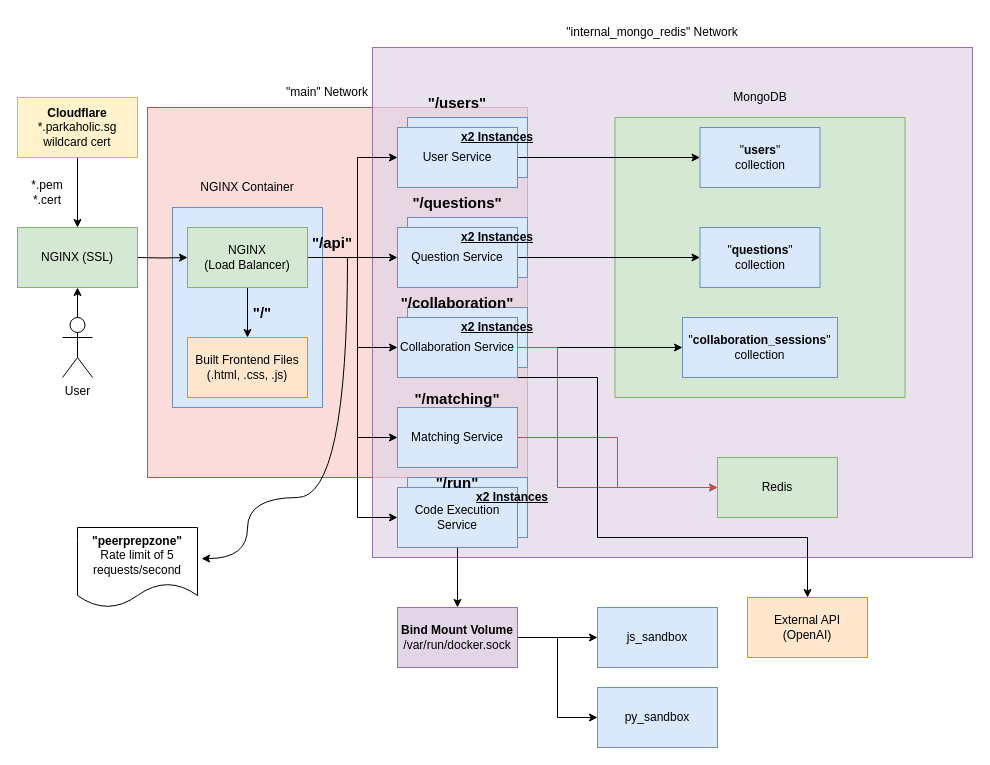
Earlier version of the draw.io diagram docs/Deployment Diagram.drawio (Vatinius/cs3219-ay2526s1-project-g05). Source tidied: cells renumbered, new cells numbered last; positions are measured from the earlier drawing's top-left corner, leaving out a move shared by most shapes. Both pictures are drawn from the tidied source at 100%, with x=0, y=0 at pixel (17, 17).
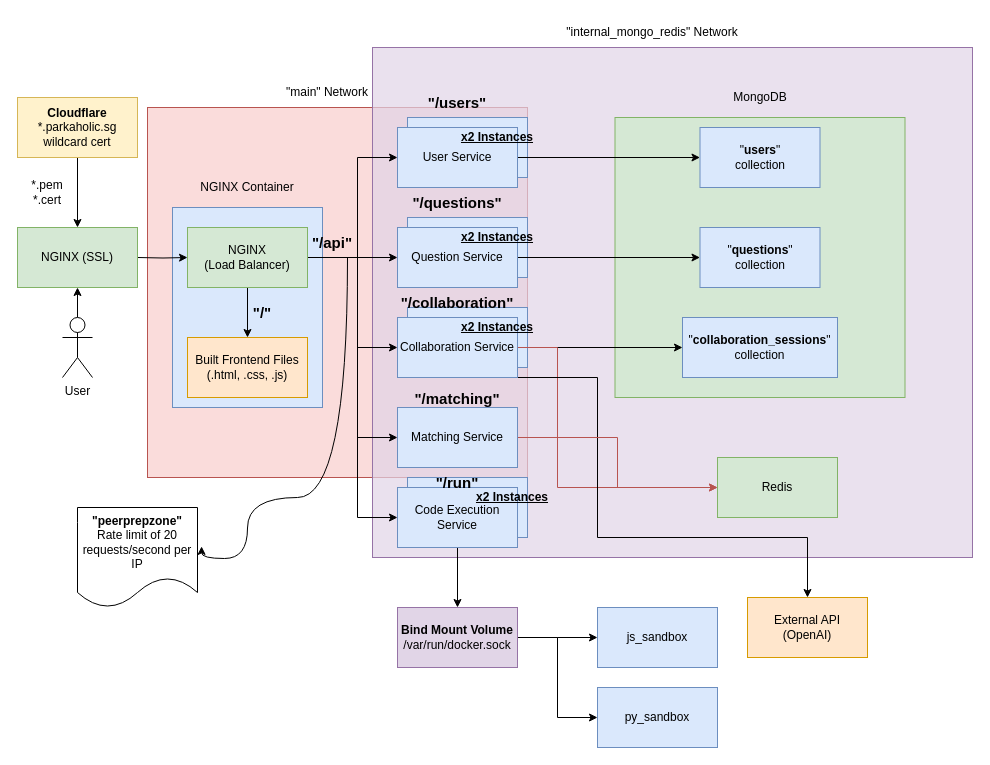
Above is the later version.

Change to the diagram source:
```diff
@@
-    <mxCell id="58" value="&lt;b&gt;&quot;peerprepzone&quot;&lt;/b&gt;&lt;div&gt;Rate limit of 5 requests/second&lt;/div&gt;" style="shape=document;whiteSpace=wrap;html=1;boundedLbl=1;" parent="1" vertex="1">
-      <mxGeometry x="60" y="510" width="120" height="80" as="geometry" />
+    <mxCell id="58" value="&lt;b&gt;&quot;peerprepzone&quot;&lt;/b&gt;&lt;div&gt;Rate limit of 20 requests/second per IP&lt;/div&gt;" style="shape=document;whiteSpace=wrap;html=1;boundedLbl=1;" parent="1" vertex="1">
+      <mxGeometry x="60" y="490" width="120" height="100" as="geometry" />
     </mxCell>
```
